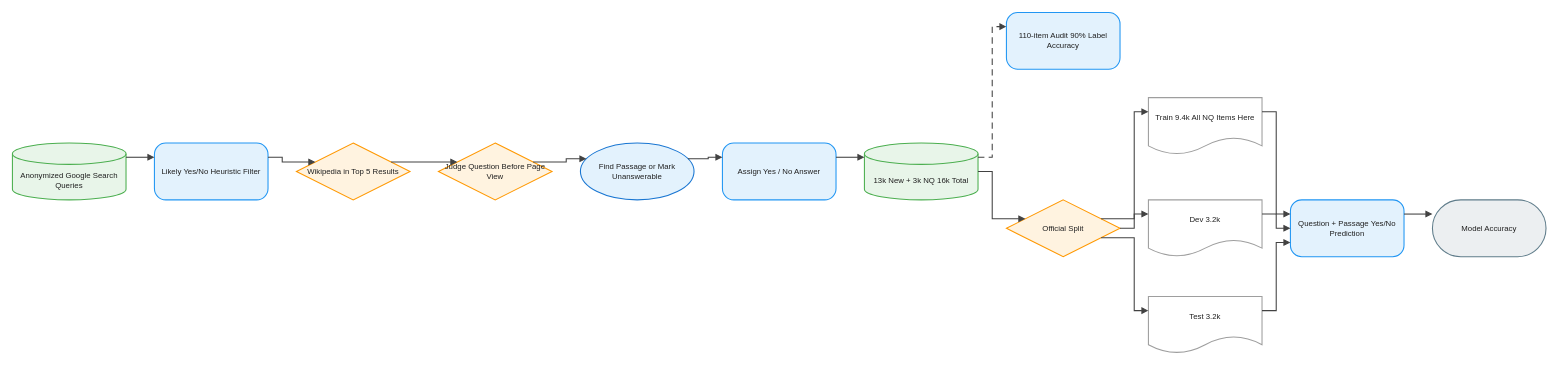
This is client/public/drawio/BoolQ/BoolQ.en.drawio from joe1chief/benchmark-hub, a draw.io file, before an edit. Source tidied: cells renumbered, new cells numbered last; positions are measured from the earlier drawing's top-left corner, leaving out a move shared by most shapes. Both pictures are drawn from the tidied source at 71%, with x=0, y=0 at pixel (12, 12).
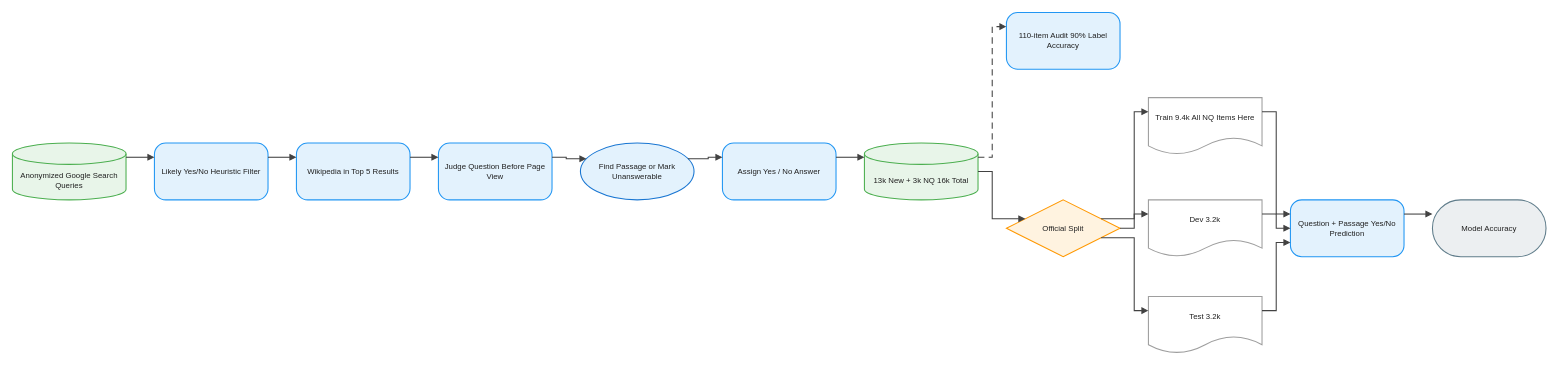
After the change.

Diff of the diagram source:
```diff
@@
-    <mxCell id="4" value="Wikipedia in Top 5 Results" style="rhombus;html=1;whiteSpace=wrap;fillColor=#FFF3E0;strokeColor=#FF9800;strokeWidth=1.5;fontColor=#212121;fontSize=11;fontFamily=Arial, Helvetica, sans-serif;verticalAlign=middle;align=center;" parent="1" vertex="1">
+    <mxCell id="4" value="Wikipedia in Top 5 Results" style="rounded=1;arcSize=20;html=1;whiteSpace=wrap;fillColor=#E3F2FD;strokeColor=#2196F3;strokeWidth=1.5;fontColor=#212121;fontSize=11;fontFamily=Arial, Helvetica, sans-serif;verticalAlign=middle;align=center;" parent="1" vertex="1">
       <mxGeometry x="400" y="184" width="160" height="80" as="geometry" />
     </mxCell>
-    <mxCell id="5" value="Judge Question Before Page View" style="rhombus;html=1;whiteSpace=wrap;fillColor=#FFF3E0;strokeColor=#FF9800;strokeWidth=1.5;fontColor=#212121;fontSize=11;fontFamily=Arial, Helvetica, sans-serif;verticalAlign=middle;align=center;" parent="1" vertex="1">
+    <mxCell id="5" value="Judge Question Before Page View" style="rounded=1;arcSize=20;html=1;whiteSpace=wrap;fillColor=#E3F2FD;strokeColor=#2196F3;strokeWidth=1.5;fontColor=#212121;fontSize=11;fontFamily=Arial, Helvetica, sans-serif;verticalAlign=middle;align=center;" parent="1" vertex="1">
       <mxGeometry x="600" y="184" width="160" height="80" as="geometry" />
     </mxCell>
```
